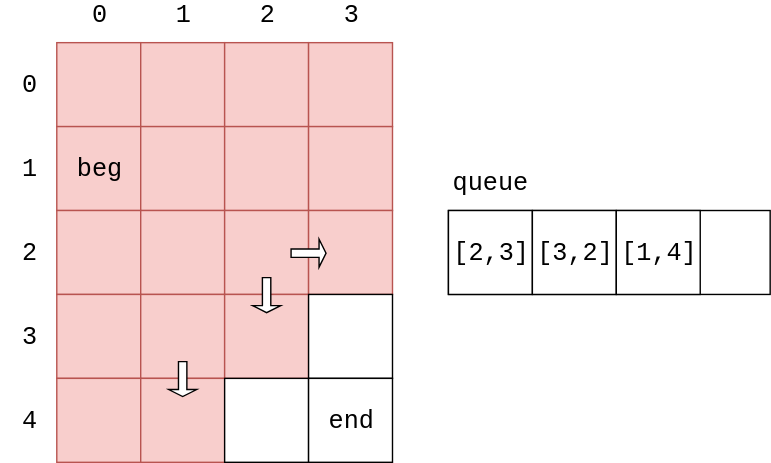
Before: docs/Search/res/BreadthFirstSearch15.svg, a diagram exported from draw.io (linrongbin16/way-to-algorithm). Source tidied: cells renumbered, new cells last; positions are measured from the earlier drawing's top-left corner, leaving out a move shared by most shapes.
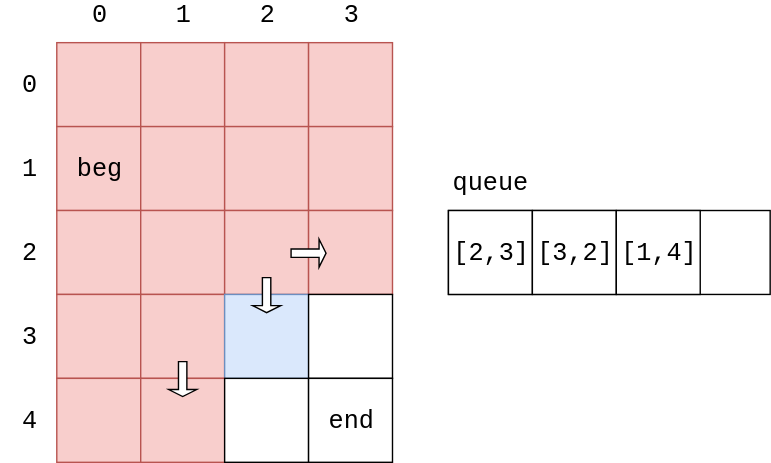
After the commit.

Change to the diagram source:
```diff
@@ -71,7 +71,7 @@
     <mxCell id="24" style="rounded=0;whiteSpace=wrap;html=1;fontFamily=Courier New;fontSize=18;fillColor=#f8cecc;strokeColor=#b85450;" parent="1" vertex="1">
       <mxGeometry x="100" y="210" width="60" height="60" as="geometry" />
     </mxCell>
-    <mxCell id="25" style="rounded=0;whiteSpace=wrap;html=1;fontFamily=Courier New;fontSize=18;fillColor=#f8cecc;strokeColor=#b85450;shadow=0;" parent="1" vertex="1">
+    <mxCell id="25" style="rounded=0;whiteSpace=wrap;html=1;fontFamily=Courier New;fontSize=18;fillColor=#dae8fc;strokeColor=#6c8ebf;shadow=0;" parent="1" vertex="1">
       <mxGeometry x="160" y="210" width="60" height="60" as="geometry" />
     </mxCell>
     <mxCell id="26" style="rounded=0;whiteSpace=wrap;html=1;fontFamily=Courier New;fontSize=18;fillColor=#ffffff;strokeColor=#000000;" parent="1" vertex="1">
```
